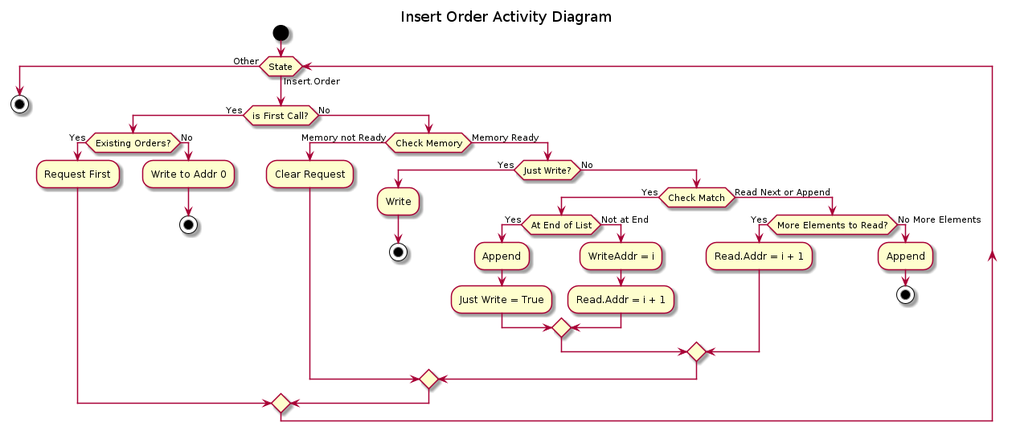
Above: diagrams/out/05_insert_order_act.png in fpganow/cboe_pitch_lv_fpga (PlantUML), before the change. Its diagram source:
```plantuml
@startuml 05_insert_order_act
hide empty description

title Insert Order Activity Diagram

start

while (State) is (Insert.Order)
     if (is First Call?) then (Yes)
        if (Existing Orders?) then (Yes)
            :Request First;
        else (No)
            :Write to Addr 0;
            stop
        endif
    else (No)
        if (Check Memory) then (Memory not Ready)
            :Clear Request;
        else (Memory Ready)
            if (Just Write?) then (Yes)
                :Write;
                stop
            else (No)
                if (Check Match) then (Yes)
                    if (At End of List) then (Yes)
                        :Append;
                        :Just Write = True;
                    else (Not at End)
                        :WriteAddr = i;
                        :Read.Addr = i + 1;
                    endif
                else (Read Next or Append)
                    if (More Elements to Read?) then (Yes)
                        :Read.Addr = i + 1;
                    else (No More Elements)
                        :Append;
                        stop
                    endif;
                endif
            endif
        endif
    endif
endwhile (Other)
stop

@enduml
```
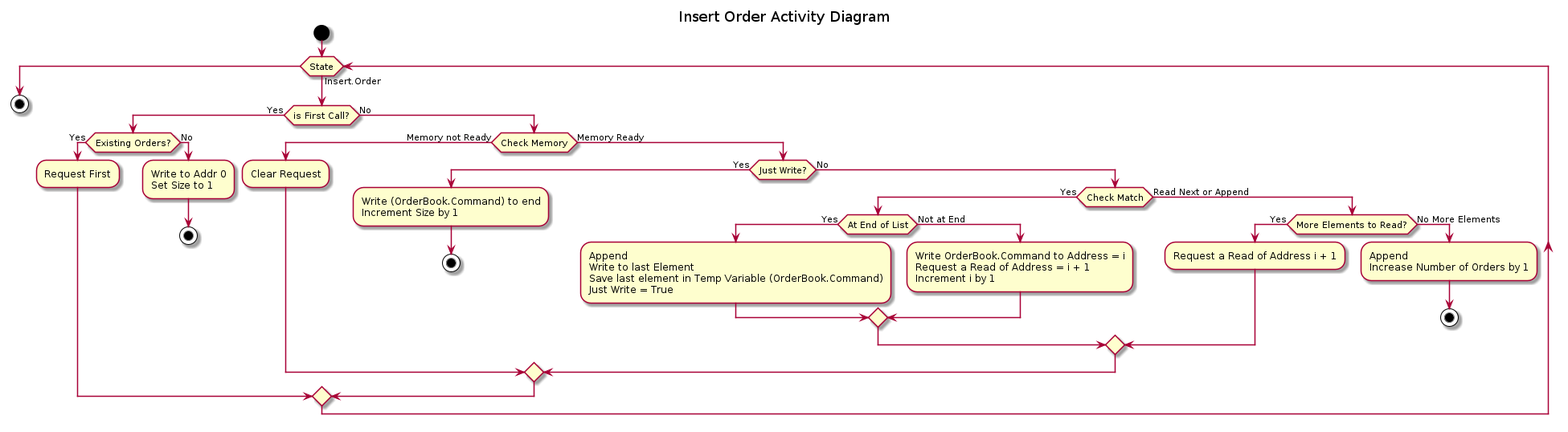
After the change.

Commit message:
Fixing up Insert Order -> syncing all variables with labivew

Change to the diagram source:
```diff
@@ -10,7 +10,8 @@
         if (Existing Orders?) then (Yes)
             :Request First;
         else (No)
-            :Write to Addr 0;
+            :Write to Addr 0
+            Set Size to 1;
             stop
         endif
     else (No)
@@ -18,29 +19,34 @@
             :Clear Request;
         else (Memory Ready)
             if (Just Write?) then (Yes)
-                :Write;
+                :Write (OrderBook.Command) to end
+                Increment Size by 1;
                 stop
             else (No)
                 if (Check Match) then (Yes)
                     if (At End of List) then (Yes)
-                        :Append;
-                        :Just Write = True;
+                        :Append
+                        Write to last Element
+                        Save last element in Temp Variable (OrderBook.Command)
+                        Just Write = True;
                     else (Not at End)
-                        :WriteAddr = i;
-                        :Read.Addr = i + 1;
+                        :Write OrderBook.Command to Address = i
+                        Request a Read of Address = i + 1
+                        Increment i by 1;
                     endif
                 else (Read Next or Append)
                     if (More Elements to Read?) then (Yes)
-                        :Read.Addr = i + 1;
+                        :Request a Read of Address i + 1;
                     else (No More Elements)
-                        :Append;
+                        :Append
+                        Increase Number of Orders by 1;
                         stop
                     endif;
                 endif
             endif
         endif
     endif
-endwhile (Other)
+endwhile
 stop
 
 @enduml
```
